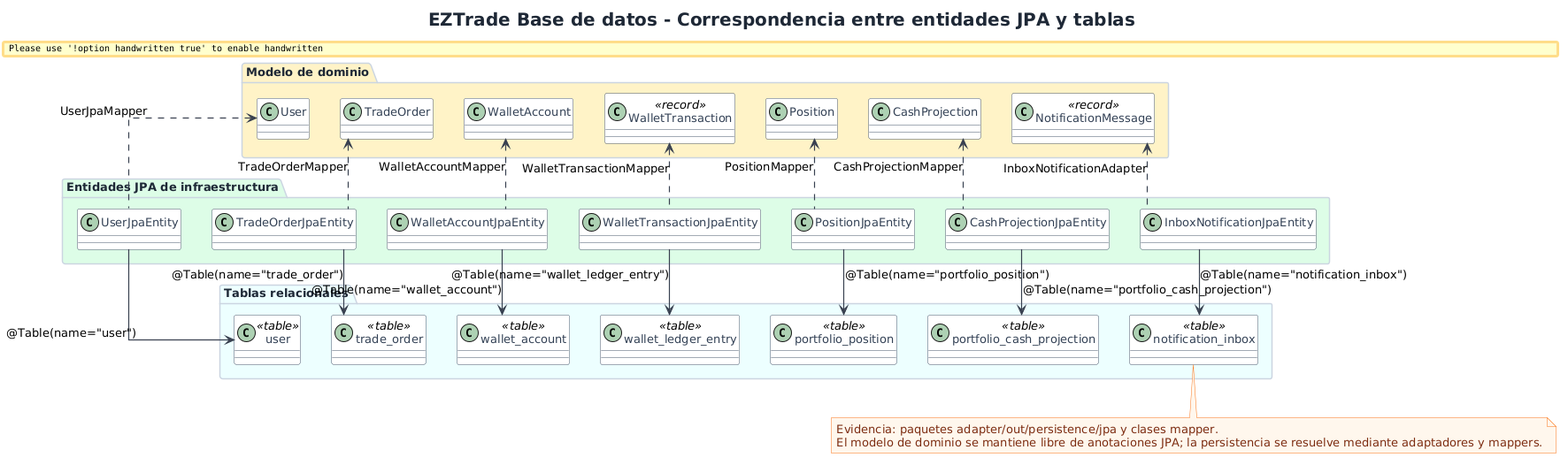
Above: EZTrade/docs/engineering-diagrams/04-database/rendered/jpa-entity-table-mapping.png in SergioGarciaRuiz557/EZTrade (PlantUML), before the change.
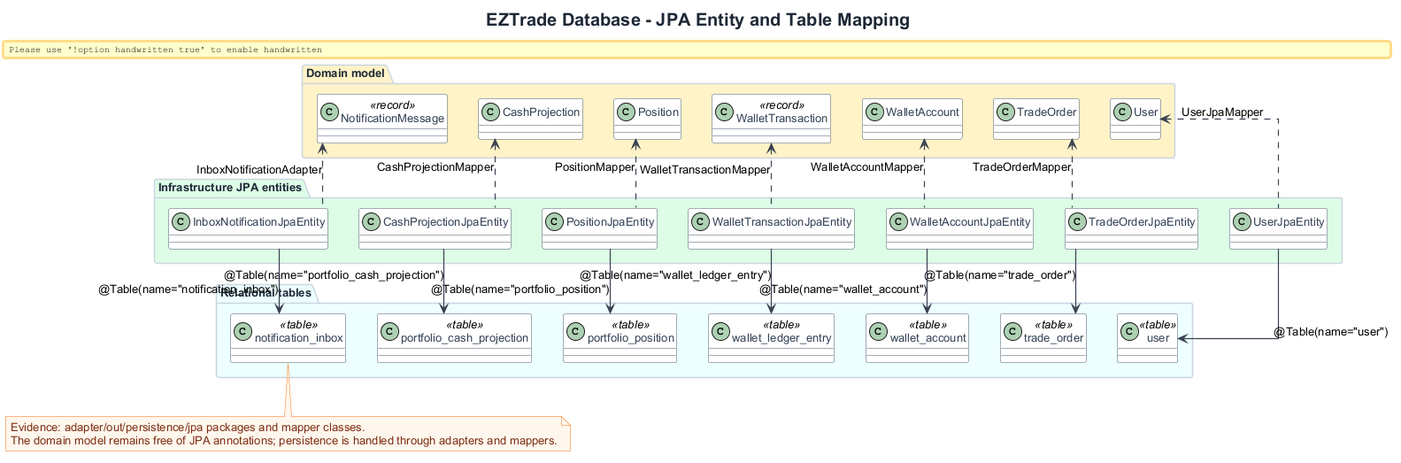
After the commit.

Diff of the diagram source:
```diff
@@ -1,9 +1,9 @@
 @startuml
 !include ../../common/eztrade-style.puml
 
-title EZTrade Base de datos - Correspondencia entre entidades JPA y tablas
+title EZTrade Database - JPA Entity and Table Mapping
 
-package "Modelo de dominio" as Domain EZ_DOMAIN {
+package "Domain model" as Domain EZ_DOMAIN {
   class User
   class TradeOrder
   class WalletAccount
@@ -13,7 +13,7 @@
   class NotificationMessage <<record>>
 }
 
-package "Entidades JPA de infraestructura" as Jpa EZ_BACKEND {
+package "Infrastructure JPA entities" as Jpa EZ_BACKEND {
   class UserJpaEntity
   class TradeOrderJpaEntity
   class WalletAccountJpaEntity
@@ -23,7 +23,7 @@
   class InboxNotificationJpaEntity
 }
 
-package "Tablas relacionales" as Tables EZ_DB {
+package "Relational tables" as Tables EZ_DB {
   class "user" as TUser <<table>>
   class "trade_order" as TTrade <<table>>
   class "wallet_account" as TWalletAccount <<table>>
@@ -50,8 +50,8 @@
 InboxNotificationJpaEntity --> TNotification : @Table(name="notification_inbox")
 
 note bottom
-Evidencia: paquetes adapter/out/persistence/jpa y clases mapper.
-El modelo de dominio se mantiene libre de anotaciones JPA; la persistencia se resuelve mediante adaptadores y mappers.
+Evidence: adapter/out/persistence/jpa packages and mapper classes.
+The domain model remains free of JPA annotations; persistence is handled through adapters and mappers.
 end note
 
 @enduml
```
